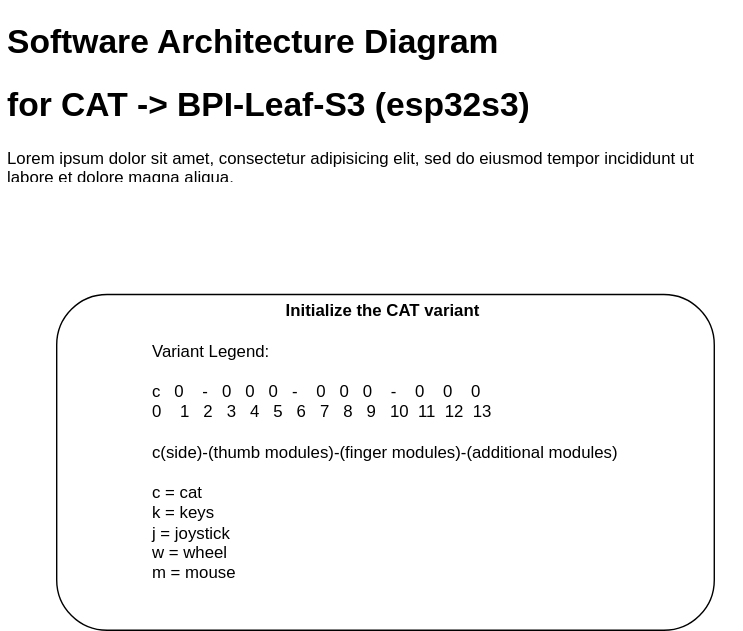
Above: images/SAD.svg in ApeDevil/cat_BPI-Leaf-S3 (draw.io), before the change. Source tidied: cells renumbered, new cells last; positions are measured from the earlier drawing's top-left corner, leaving out a move shared by most shapes.
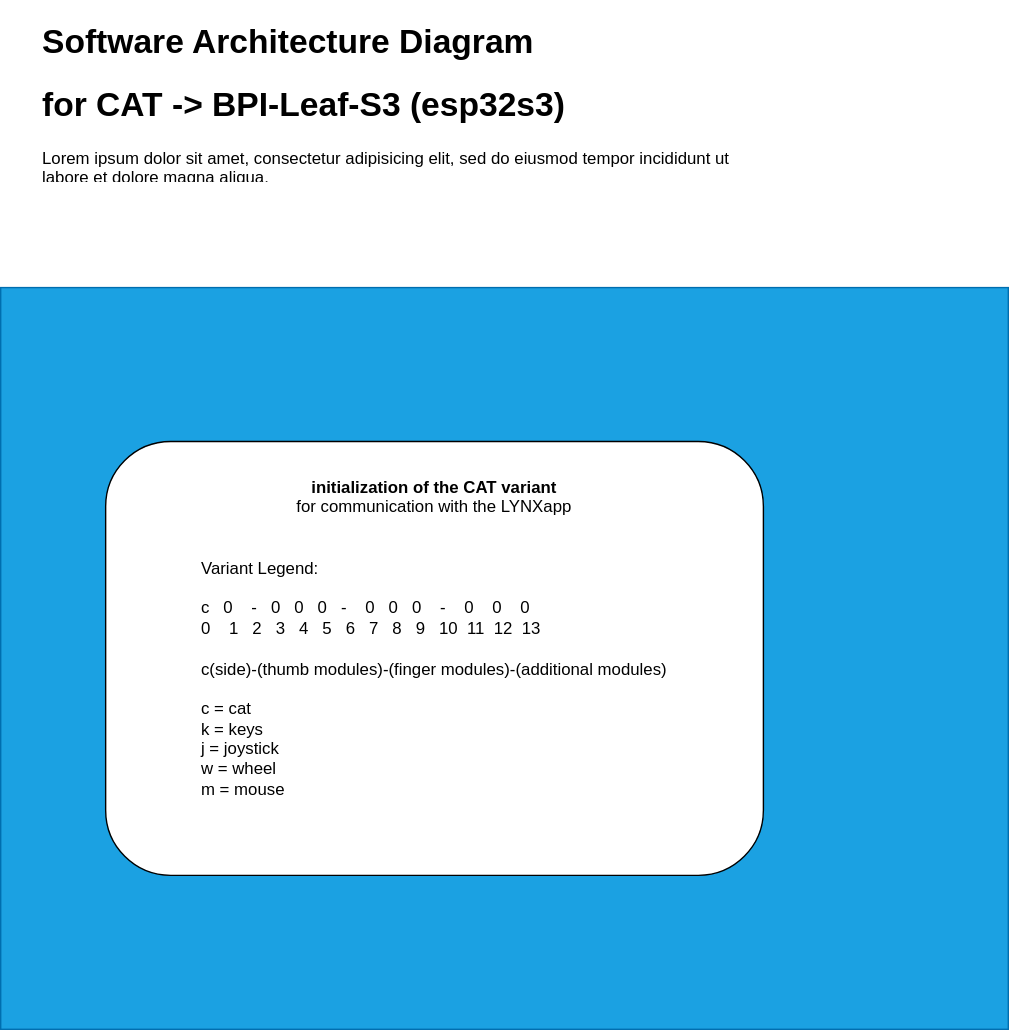
After the change.

The edit, as a diff of the source:
```diff
@@ -2,11 +2,14 @@
   <root>
     <mxCell id="0" />
     <mxCell id="1" parent="0" />
+    <mxCell id="4" style="rounded=0;whiteSpace=wrap;html=1;fillColor=#1ba1e2;strokeColor=#006EAF;fontColor=#ffffff;" parent="1" vertex="1">
+      <mxGeometry x="-25" y="195" width="720" height="530" as="geometry" />
+    </mxCell>
     <mxCell id="2" value="&lt;h1&gt;Software Architecture Diagram&lt;/h1&gt;&lt;h1&gt;for CAT -&amp;gt; BPI-Leaf-S3 (esp32s3)&lt;/h1&gt;&lt;p&gt;Lorem ipsum dolor sit amet, consectetur adipisicing elit, sed do eiusmod tempor incididunt ut labore et dolore magna aliqua.&lt;/p&gt;" style="text;html=1;strokeColor=none;fillColor=none;spacing=5;spacingTop=-20;whiteSpace=wrap;overflow=hidden;rounded=0;" parent="1" vertex="1">
       <mxGeometry width="530" height="120" as="geometry" />
     </mxCell>
-    <mxCell id="3" value="&lt;b&gt;Initialize the CAT variant&amp;nbsp;&lt;br&gt;&lt;/b&gt;&lt;span style=&quot;background-color: initial;&quot;&gt;&lt;br&gt;&lt;div style=&quot;text-align: left;&quot;&gt;&lt;span style=&quot;background-color: initial;&quot;&gt;Variant Legend:&lt;/span&gt;&lt;/div&gt;&lt;/span&gt;&lt;div style=&quot;text-align: left;&quot;&gt;&lt;div&gt;&lt;br&gt;&lt;/div&gt;&lt;div&gt;c&amp;nbsp; &amp;nbsp;0&amp;nbsp; &amp;nbsp; -&amp;nbsp; &amp;nbsp;0&amp;nbsp; &amp;nbsp;0&amp;nbsp; &amp;nbsp;0&amp;nbsp; &amp;nbsp;-&amp;nbsp; &amp;nbsp; 0&amp;nbsp; &amp;nbsp;0&amp;nbsp; &amp;nbsp;0&amp;nbsp; &amp;nbsp; -&amp;nbsp; &amp;nbsp; 0&amp;nbsp; &amp;nbsp; 0&amp;nbsp; &amp;nbsp; 0&lt;/div&gt;&lt;div&gt;0&amp;nbsp; &amp;nbsp; 1&amp;nbsp; &amp;nbsp;2&amp;nbsp; &amp;nbsp;3&amp;nbsp; &amp;nbsp;4&amp;nbsp; &amp;nbsp;5&amp;nbsp; &amp;nbsp;6&amp;nbsp; &amp;nbsp;7&amp;nbsp; &amp;nbsp;8&amp;nbsp; &amp;nbsp;9&amp;nbsp; &amp;nbsp;10&amp;nbsp; 11&amp;nbsp; 12&amp;nbsp; 13&lt;/div&gt;&lt;div&gt;&lt;br&gt;&lt;/div&gt;&lt;div&gt;c(side)-(thumb modules)-(finger modules)-(additional modules)&lt;/div&gt;&lt;div&gt;&lt;br&gt;&lt;/div&gt;&lt;div&gt;c = cat&lt;/div&gt;&lt;div&gt;k = keys&lt;/div&gt;&lt;div&gt;j = joystick&lt;/div&gt;&lt;div&gt;w = wheel&lt;/div&gt;&lt;div&gt;m = mouse&lt;/div&gt;&lt;div&gt;&lt;br&gt;&lt;/div&gt;&lt;div&gt;&lt;br&gt;&lt;/div&gt;&lt;/div&gt;" style="rounded=1;whiteSpace=wrap;html=1;" parent="1" vertex="1">
-      <mxGeometry x="40" y="200" width="470" height="240" as="geometry" />
+    <mxCell id="3" value="&lt;b&gt;initialization of the CAT variant&lt;/b&gt;&lt;br&gt;for communication with the LYNXapp&lt;br&gt;&lt;br&gt;&lt;span style=&quot;background-color: initial;&quot;&gt;&lt;br&gt;&lt;div style=&quot;text-align: left;&quot;&gt;&lt;span style=&quot;background-color: initial;&quot;&gt;Variant Legend:&lt;/span&gt;&lt;/div&gt;&lt;/span&gt;&lt;div style=&quot;text-align: left;&quot;&gt;&lt;div&gt;&lt;br&gt;&lt;/div&gt;&lt;div&gt;c&amp;nbsp; &amp;nbsp;0&amp;nbsp; &amp;nbsp; -&amp;nbsp; &amp;nbsp;0&amp;nbsp; &amp;nbsp;0&amp;nbsp; &amp;nbsp;0&amp;nbsp; &amp;nbsp;-&amp;nbsp; &amp;nbsp; 0&amp;nbsp; &amp;nbsp;0&amp;nbsp; &amp;nbsp;0&amp;nbsp; &amp;nbsp; -&amp;nbsp; &amp;nbsp; 0&amp;nbsp; &amp;nbsp; 0&amp;nbsp; &amp;nbsp; 0&lt;/div&gt;&lt;div&gt;0&amp;nbsp; &amp;nbsp; 1&amp;nbsp; &amp;nbsp;2&amp;nbsp; &amp;nbsp;3&amp;nbsp; &amp;nbsp;4&amp;nbsp; &amp;nbsp;5&amp;nbsp; &amp;nbsp;6&amp;nbsp; &amp;nbsp;7&amp;nbsp; &amp;nbsp;8&amp;nbsp; &amp;nbsp;9&amp;nbsp; &amp;nbsp;10&amp;nbsp; 11&amp;nbsp; 12&amp;nbsp; 13&lt;/div&gt;&lt;div&gt;&lt;br&gt;&lt;/div&gt;&lt;div&gt;c(side)-(thumb modules)-(finger modules)-(additional modules)&lt;/div&gt;&lt;div&gt;&lt;br&gt;&lt;/div&gt;&lt;div&gt;c = cat&lt;/div&gt;&lt;div&gt;k = keys&lt;/div&gt;&lt;div&gt;j = joystick&lt;/div&gt;&lt;div&gt;w = wheel&lt;/div&gt;&lt;div&gt;m = mouse&lt;/div&gt;&lt;div&gt;&lt;br&gt;&lt;/div&gt;&lt;div&gt;&lt;br&gt;&lt;/div&gt;&lt;/div&gt;" style="rounded=1;whiteSpace=wrap;html=1;" parent="1" vertex="1">
+      <mxGeometry x="50" y="305" width="470" height="310" as="geometry" />
     </mxCell>
   </root>
 </mxGraphModel>
```
